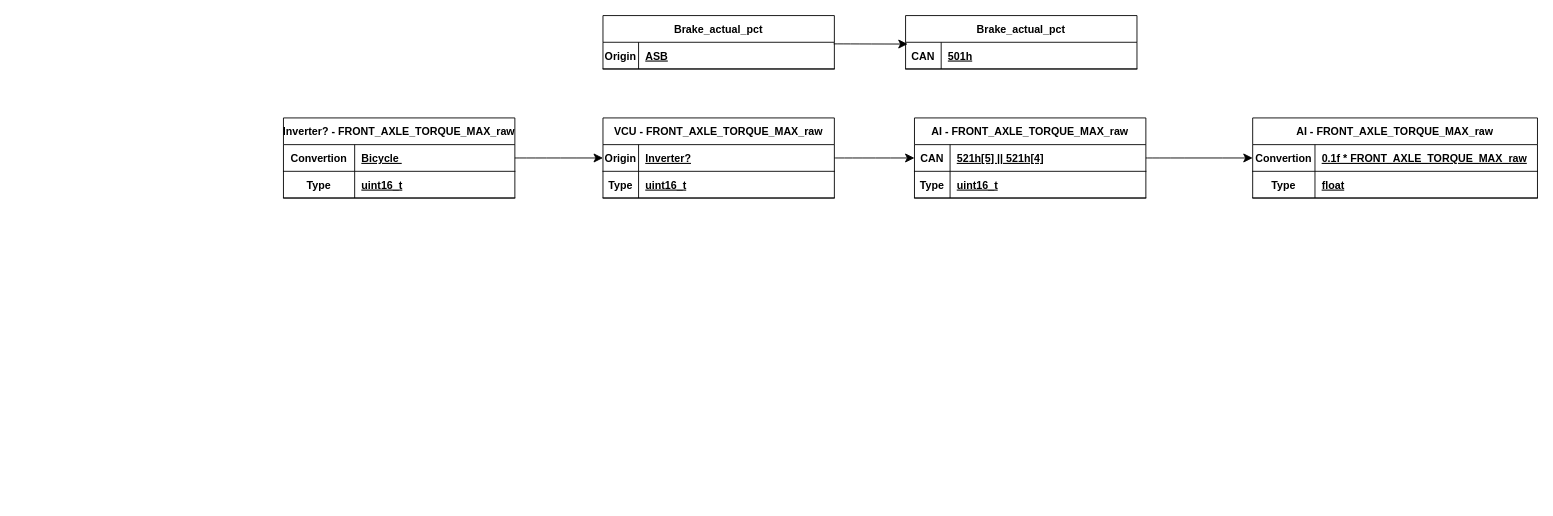
Before: VCUFlowchart.drawio in swpinkerton/UGR-ASSI-function-for-Vehicle-control-unit-with-tests, a draw.io diagram. Source tidied: cells renumbered, new cells numbered last; positions are measured from the earlier drawing's top-left corner, leaving out a move shared by most shapes. Both pictures are drawn from the tidied source at 89%, with x=0, y=0 at pixel (283, 15).
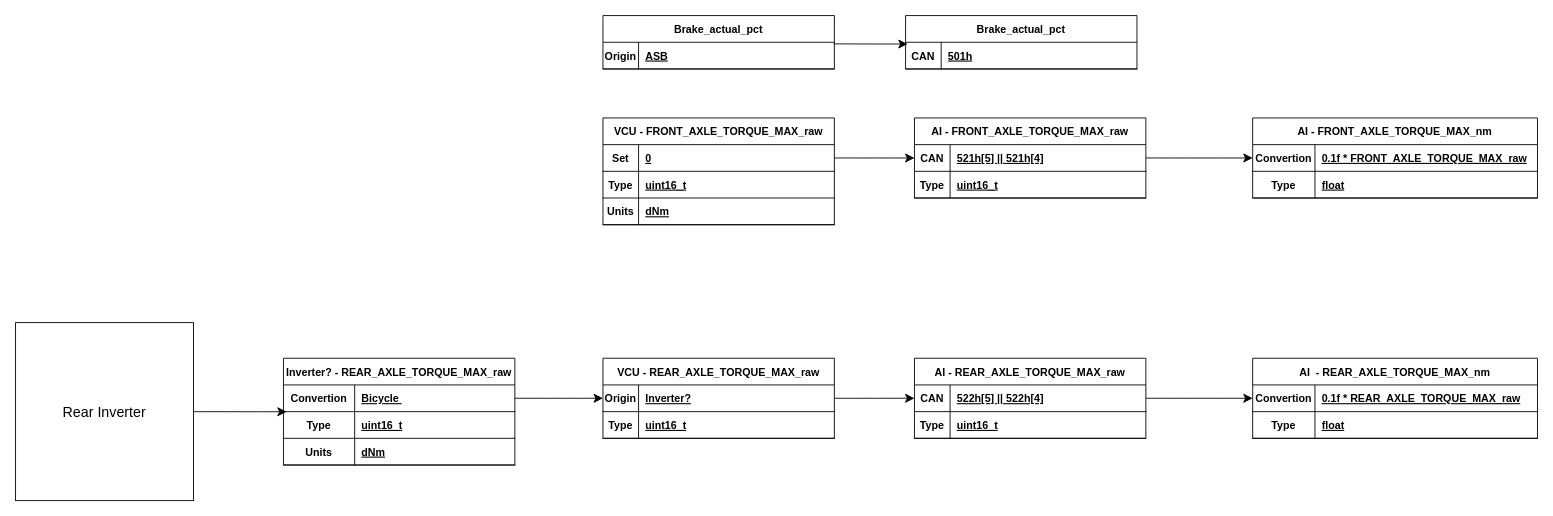
After the change.

The change refers to these unchanged cells:
```xml
<mxCell id="11" style="shape=partialRectangle;fillColor=none;points=[[0,0.5],[1,0.5]];portConstraint=eastwest;top=0;left=0;right=0;bottom=1;" parent="10" vertex="1">
  <mxGeometry y="30" width="260" height="30" as="geometry" />
</mxCell>
```

The edit, as a diff of the source:
```diff
@@
     <mxCell id="10" value="VCU - FRONT_AXLE_TORQUE_MAX_raw" style="shape=table;startSize=30;childLayout=tableLayout;rowLines=0;fontStyle=1;align=center;" parent="1" vertex="1">
-      <mxGeometry x="359" y="115" width="260" height="90" as="geometry" />
+      <mxGeometry x="359" y="115" width="260" height="120" as="geometry" />
     </mxCell>
@@
-    <mxCell id="12" value="Origin" style="shape=partialRectangle;overflow=hidden;fillColor=none;top=0;left=0;bottom=0;right=0;fontStyle=1;" parent="11" vertex="1">
+    <mxCell id="12" value="Set" style="shape=partialRectangle;overflow=hidden;fillColor=none;top=0;left=0;bottom=0;right=0;fontStyle=1;" parent="11" vertex="1">
       <mxGeometry width="40" height="30" as="geometry" />
     </mxCell>
-    <mxCell id="13" value="Inverter?" style="shape=partialRectangle;overflow=hidden;fillColor=none;top=0;left=0;bottom=0;right=0;align=left;spacingLeft=6;fontStyle=5;" parent="11" vertex="1">
+    <mxCell id="13" value="0" style="shape=partialRectangle;overflow=hidden;fillColor=none;top=0;left=0;bottom=0;right=0;align=left;spacingLeft=6;fontStyle=5;" parent="11" vertex="1">
       <mxGeometry x="40" width="220" height="30" as="geometry" />
     </mxCell>
@@
+    <mxCell id="42" style="shape=partialRectangle;fillColor=none;top=0;left=0;right=0;bottom=1;" parent="10" vertex="1">
+      <mxGeometry y="90" width="260" height="30" as="geometry" />
+    </mxCell>
+    <mxCell id="43" value="Units" style="shape=partialRectangle;overflow=hidden;fillColor=none;top=0;left=0;bottom=0;right=0;fontStyle=1;" parent="42" vertex="1">
+      <mxGeometry width="40" height="30" as="geometry" />
+    </mxCell>
+    <mxCell id="44" value="dNm" style="shape=partialRectangle;overflow=hidden;fillColor=none;top=0;left=0;bottom=0;right=0;align=left;spacingLeft=6;fontStyle=5;" parent="42" vertex="1">
+      <mxGeometry x="40" width="220" height="30" as="geometry" />
+    </mxCell>
@@
-    <mxCell id="26" value="AI - FRONT_AXLE_TORQUE_MAX_raw" style="shape=table;startSize=30;childLayout=tableLayout;rowLines=0;fontStyle=1;align=center;" parent="1" vertex="1">
+    <mxCell id="26" value="AI - FRONT_AXLE_TORQUE_MAX_nm" style="shape=table;startSize=30;childLayout=tableLayout;rowLines=0;fontStyle=1;align=center;" parent="1" vertex="1">
       <mxGeometry x="1089" y="115" width="320" height="90" as="geometry" />
     </mxCell>
@@
-    <mxCell id="34" value="Inverter? - FRONT_AXLE_TORQUE_MAX_raw" style="shape=table;startSize=30;childLayout=tableLayout;rowLines=0;fontStyle=1;align=center;" parent="1" vertex="1">
-      <mxGeometry y="115" width="260" height="90" as="geometry" />
-    </mxCell>
-    <mxCell id="35" style="shape=partialRectangle;fillColor=none;points=[[0,0.5],[1,0.5]];portConstraint=eastwest;top=0;left=0;right=0;bottom=1;" parent="34" vertex="1">
-      <mxGeometry y="30" width="260" height="30" as="geometry" />
-    </mxCell>
+    <mxCell id="45" value="VCU - REAR_AXLE_TORQUE_MAX_raw" style="shape=table;startSize=30;childLayout=tableLayout;rowLines=0;fontStyle=1;align=center;" parent="1" vertex="1">
+      <mxGeometry x="359" y="385" width="260" height="90" as="geometry" />
+    </mxCell>
+    <mxCell id="46" style="shape=partialRectangle;fillColor=none;points=[[0,0.5],[1,0.5]];portConstraint=eastwest;top=0;left=0;right=0;bottom=1;" parent="45" vertex="1">
+      <mxGeometry y="30" width="260" height="30" as="geometry" />
+    </mxCell>
+    <mxCell id="47" value="Origin" style="shape=partialRectangle;overflow=hidden;fillColor=none;top=0;left=0;bottom=0;right=0;fontStyle=1;" parent="46" vertex="1">
+      <mxGeometry width="40" height="30" as="geometry" />
+    </mxCell>
+    <mxCell id="48" value="Inverter?" style="shape=partialRectangle;overflow=hidden;fillColor=none;top=0;left=0;bottom=0;right=0;align=left;spacingLeft=6;fontStyle=5;" parent="46" vertex="1">
+      <mxGeometry x="40" width="220" height="30" as="geometry" />
+    </mxCell>
+    <mxCell id="49" style="shape=partialRectangle;fillColor=none;top=0;left=0;right=0;bottom=1;" parent="45" vertex="1">
+      <mxGeometry y="60" width="260" height="30" as="geometry" />
+    </mxCell>
+    <mxCell id="50" value="Type" style="shape=partialRectangle;overflow=hidden;fillColor=none;top=0;left=0;bottom=0;right=0;fontStyle=1;" parent="49" vertex="1">
+      <mxGeometry width="40" height="30" as="geometry" />
+    </mxCell>
+    <mxCell id="51" value="uint16_t" style="shape=partialRectangle;overflow=hidden;fillColor=none;top=0;left=0;bottom=0;right=0;align=left;spacingLeft=6;fontStyle=5;" parent="49" vertex="1">
+      <mxGeometry x="40" width="220" height="30" as="geometry" />
+    </mxCell>
+    <mxCell id="52" value="AI - REAR_AXLE_TORQUE_MAX_raw" style="shape=table;startSize=30;childLayout=tableLayout;rowLines=0;fontStyle=1;align=center;" parent="1" vertex="1">
+      <mxGeometry x="709" y="385" width="260" height="90" as="geometry" />
+    </mxCell>
+    <mxCell id="53" style="shape=partialRectangle;fillColor=none;points=[[0,0.5],[1,0.5]];portConstraint=eastwest;top=0;left=0;right=0;bottom=1;" parent="52" vertex="1">
+      <mxGeometry y="30" width="260" height="30" as="geometry" />
+    </mxCell>
+    <mxCell id="54" value="CAN" style="shape=partialRectangle;overflow=hidden;fillColor=none;top=0;left=0;bottom=0;right=0;fontStyle=1;" parent="53" vertex="1">
+      <mxGeometry width="40" height="30" as="geometry" />
+    </mxCell>
+    <mxCell id="55" value="522h[5] || 522h[4]" style="shape=partialRectangle;overflow=hidden;fillColor=none;top=0;left=0;bottom=0;right=0;align=left;spacingLeft=6;fontStyle=5;" parent="53" vertex="1">
+      <mxGeometry x="40" width="220" height="30" as="geometry" />
+    </mxCell>
+    <mxCell id="56" style="shape=partialRectangle;fillColor=none;top=0;left=0;right=0;bottom=1;" parent="52" vertex="1">
+      <mxGeometry y="60" width="260" height="30" as="geometry" />
+    </mxCell>
+    <mxCell id="57" value="Type" style="shape=partialRectangle;overflow=hidden;fillColor=none;top=0;left=0;bottom=0;right=0;fontStyle=1;" parent="56" vertex="1">
+      <mxGeometry width="40" height="30" as="geometry" />
+    </mxCell>
+    <mxCell id="58" value="uint16_t" style="shape=partialRectangle;overflow=hidden;fillColor=none;top=0;left=0;bottom=0;right=0;align=left;spacingLeft=6;fontStyle=5;" parent="56" vertex="1">
+      <mxGeometry x="40" width="220" height="30" as="geometry" />
+    </mxCell>
+    <mxCell id="59" style="edgeStyle=none;curved=1;rounded=0;jettySize=auto;html=1;entryX=0;entryY=0.5;entryDx=0;entryDy=0;fontSize=12;startSize=8;endSize=8;" parent="1" edge="1" source="46" target="53">
+      <mxGeometry relative="1" as="geometry" />
+    </mxCell>
+    <mxCell id="60" value="AI  - REAR_AXLE_TORQUE_MAX_nm" style="shape=table;startSize=30;childLayout=tableLayout;rowLines=0;fontStyle=1;align=center;" parent="1" vertex="1">
+      <mxGeometry x="1089" y="385" width="320" height="90" as="geometry" />
+    </mxCell>
+    <mxCell id="61" style="shape=partialRectangle;fillColor=none;points=[[0,0.5],[1,0.5]];portConstraint=eastwest;top=0;left=0;right=0;bottom=1;" parent="60" vertex="1">
+      <mxGeometry y="30" width="320" height="30" as="geometry" />
+    </mxCell>
+    <mxCell id="62" value="Convertion" style="shape=partialRectangle;overflow=hidden;fillColor=none;top=0;left=0;bottom=0;right=0;fontStyle=1;" parent="61" vertex="1">
+      <mxGeometry width="70" height="30" as="geometry" />
+    </mxCell>
+    <mxCell id="63" value="0.1f * REAR_AXLE_TORQUE_MAX_raw" style="shape=partialRectangle;overflow=hidden;fillColor=none;top=0;left=0;bottom=0;right=0;align=left;spacingLeft=6;fontStyle=5;" parent="61" vertex="1">
+      <mxGeometry x="70" width="250" height="30" as="geometry" />
+    </mxCell>
+    <mxCell id="64" style="shape=partialRectangle;fillColor=none;top=0;left=0;right=0;bottom=1;" parent="60" vertex="1">
+      <mxGeometry y="60" width="320" height="30" as="geometry" />
+    </mxCell>
+    <mxCell id="65" value="Type" style="shape=partialRectangle;overflow=hidden;fillColor=none;top=0;left=0;bottom=0;right=0;fontStyle=1;" parent="64" vertex="1">
+      <mxGeometry width="70" height="30" as="geometry" />
+    </mxCell>
+    <mxCell id="66" value="float" style="shape=partialRectangle;overflow=hidden;fillColor=none;top=0;left=0;bottom=0;right=0;align=left;spacingLeft=6;fontStyle=5;" parent="64" vertex="1">
+      <mxGeometry x="70" width="250" height="30" as="geometry" />
+    </mxCell>
+    <mxCell id="67" style="edgeStyle=none;curved=1;rounded=0;jettySize=auto;html=1;entryX=0;entryY=0.5;entryDx=0;entryDy=0;fontSize=12;startSize=8;endSize=8;" parent="1" edge="1" source="53" target="61">
+      <mxGeometry relative="1" as="geometry" />
+    </mxCell>
+    <mxCell id="68" value="Inverter? - REAR_AXLE_TORQUE_MAX_raw" style="shape=table;startSize=30;childLayout=tableLayout;rowLines=0;fontStyle=1;align=center;" parent="1" vertex="1">
+      <mxGeometry y="385" width="260" height="120" as="geometry" />
+    </mxCell>
+    <mxCell id="69" style="shape=partialRectangle;fillColor=none;points=[[0,0.5],[1,0.5]];portConstraint=eastwest;top=0;left=0;right=0;bottom=1;" parent="68" vertex="1">
+      <mxGeometry y="30" width="260" height="30" as="geometry" />
+    </mxCell>
-    <mxCell id="36" value="Convertion" style="shape=partialRectangle;overflow=hidden;fillColor=none;top=0;left=0;bottom=0;right=0;fontStyle=1;" parent="35" vertex="1">
+    <mxCell id="36" value="Convertion" style="shape=partialRectangle;overflow=hidden;fillColor=none;top=0;left=0;bottom=0;right=0;fontStyle=1;" parent="69" vertex="1">
       <mxGeometry width="80" height="30" as="geometry" />
     </mxCell>
-    <mxCell id="37" value="Bicycle " style="shape=partialRectangle;overflow=hidden;fillColor=none;top=0;left=0;bottom=0;right=0;align=left;spacingLeft=6;fontStyle=5;" parent="35" vertex="1">
+    <mxCell id="37" value="Bicycle " style="shape=partialRectangle;overflow=hidden;fillColor=none;top=0;left=0;bottom=0;right=0;align=left;spacingLeft=6;fontStyle=5;" parent="69" vertex="1">
       <mxGeometry x="80" width="180" height="30" as="geometry" />
     </mxCell>
-    <mxCell id="38" style="shape=partialRectangle;fillColor=none;top=0;left=0;right=0;bottom=1;" parent="34" vertex="1">
-      <mxGeometry y="60" width="260" height="30" as="geometry" />
-    </mxCell>
+    <mxCell id="70" style="shape=partialRectangle;fillColor=none;top=0;left=0;right=0;bottom=1;" parent="68" vertex="1">
+      <mxGeometry y="60" width="260" height="30" as="geometry" />
+    </mxCell>
-    <mxCell id="39" value="Type" style="shape=partialRectangle;overflow=hidden;fillColor=none;top=0;left=0;bottom=0;right=0;fontStyle=1;" parent="38" vertex="1">
+    <mxCell id="39" value="Type" style="shape=partialRectangle;overflow=hidden;fillColor=none;top=0;left=0;bottom=0;right=0;fontStyle=1;" parent="70" vertex="1">
       <mxGeometry width="80" height="30" as="geometry" />
     </mxCell>
-    <mxCell id="40" value="uint16_t" style="shape=partialRectangle;overflow=hidden;fillColor=none;top=0;left=0;bottom=0;right=0;align=left;spacingLeft=6;fontStyle=5;" parent="38" vertex="1">
+    <mxCell id="40" value="uint16_t" style="shape=partialRectangle;overflow=hidden;fillColor=none;top=0;left=0;bottom=0;right=0;align=left;spacingLeft=6;fontStyle=5;" parent="70" vertex="1">
       <mxGeometry x="80" width="180" height="30" as="geometry" />
     </mxCell>
-    <mxCell id="41" style="edgeStyle=none;curved=1;rounded=0;jettySize=auto;html=1;fontSize=12;startSize=8;endSize=8;entryX=0;entryY=0.5;entryDx=0;entryDy=0;" parent="1" edge="1" source="35" target="11">
-      <mxGeometry relative="1" as="geometry" />
-    </mxCell>
+    <mxCell id="71" style="shape=partialRectangle;fillColor=none;top=0;left=0;right=0;bottom=1;" parent="68" vertex="1">
+      <mxGeometry y="90" width="260" height="30" as="geometry" />
+    </mxCell>
+    <mxCell id="72" value="Units" style="shape=partialRectangle;overflow=hidden;fillColor=none;top=0;left=0;bottom=0;right=0;fontStyle=1;" parent="71" vertex="1">
+      <mxGeometry width="80" height="30" as="geometry" />
+    </mxCell>
+    <mxCell id="73" value="dNm" style="shape=partialRectangle;overflow=hidden;fillColor=none;top=0;left=0;bottom=0;right=0;align=left;spacingLeft=6;fontStyle=5;" parent="71" vertex="1">
+      <mxGeometry x="80" width="180" height="30" as="geometry" />
+    </mxCell>
+    <mxCell id="74" style="edgeStyle=none;curved=1;rounded=0;jettySize=auto;html=1;fontSize=12;startSize=8;endSize=8;entryX=0;entryY=0.5;entryDx=0;entryDy=0;" parent="1" edge="1" source="69" target="46">
+      <mxGeometry relative="1" as="geometry" />
+    </mxCell>
+    <mxCell id="75" style="edgeStyle=none;curved=1;rounded=0;jettySize=auto;html=1;entryX=0.014;entryY=1.005;entryDx=0;entryDy=0;entryPerimeter=0;fontSize=12;startSize=8;endSize=8;" parent="1" edge="1" source="76" target="69">
+      <mxGeometry relative="1" as="geometry" />
+    </mxCell>
+    <mxCell id="76" value="Rear Inverter" style="whiteSpace=wrap;html=1;fontSize=16;" parent="1" vertex="1">
+      <mxGeometry x="-301" y="345" width="200" height="200" as="geometry" />
+    </mxCell>
```
